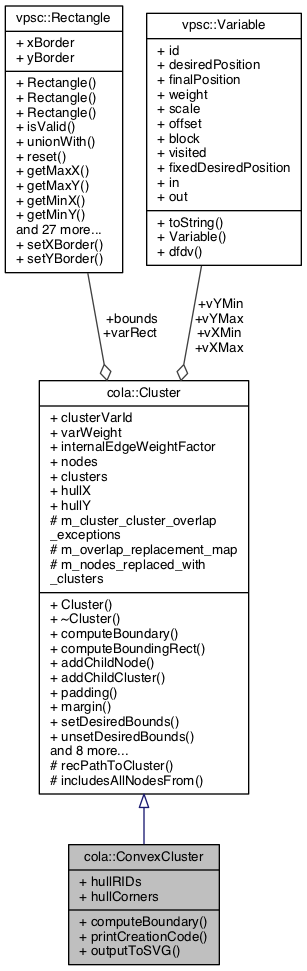
Earlier version of the Graphviz export documentation/classcola_1_1ConvexCluster__coll__graph.png (mjwybrow/adaptagrams). Its source is kept beside it as documentation/classcola_1_1ConvexCluster__coll__graph.dot.
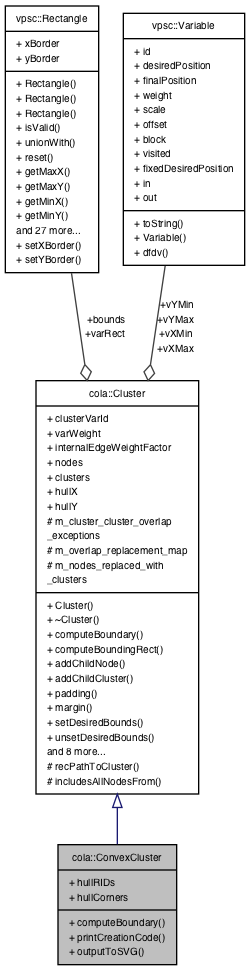
Later version of the same file.

Change to the diagram source:
```diff
@@ -2,11 +2,11 @@
 {
   edge [fontname="Helvetica",fontsize="10",labelfontname="Helvetica",labelfontsize="10"];
   node [fontname="Helvetica",fontsize="10",shape=record];
-  Node1 [label="{cola::ConvexCluster\n|+ hullRIDs\l+ hullCorners\l|+ computeBoundary()\l+ printCreationCode()\l+ outputToSVG()\l}",height=0.2,width=0.4,color="black", fillcolor="grey75", style="filled", fontcolor="black"];
-  Node2 -> Node1 [dir="back",color="midnightblue",fontsize="10",style="solid",arrowtail="onormal",fontname="Helvetica"];
-  Node2 [label="{cola::Cluster\n|+ clusterVarId\l+ varWeight\l+ internalEdgeWeightFactor\l+ nodes\l+ clusters\l+ hullX\l+ hullY\l# m_cluster_cluster_overlap\l_exceptions\l# m_overlap_replacement_map\l# m_nodes_replaced_with\l_clusters\l|+ Cluster()\l+ ~Cluster()\l+ computeBoundary()\l+ computeBoundingRect()\l+ addChildNode()\l+ addChildCluster()\l+ padding()\l+ margin()\l+ setDesiredBounds()\l+ unsetDesiredBounds()\land 8 more...\l# recPathToCluster()\l# includesAllNodesFrom()\l}",height=0.2,width=0.4,color="black", fillcolor="white", style="filled",URL="$classcola_1_1Cluster.html",tooltip="A cluster defines a hierarchical partitioning over the nodes which should be kept disjoint by the lay..."];
-  Node3 -> Node2 [color="grey25",fontsize="10",style="solid",label=" +bounds\n+varRect" ,arrowhead="odiamond",fontname="Helvetica"];
-  Node3 [label="{vpsc::Rectangle\n|+ xBorder\l+ yBorder\l|+ Rectangle()\l+ Rectangle()\l+ Rectangle()\l+ isValid()\l+ unionWith()\l+ reset()\l+ getMaxX()\l+ getMaxY()\l+ getMinX()\l+ getMinY()\land 27 more...\l+ setXBorder()\l+ setYBorder()\l}",height=0.2,width=0.4,color="black", fillcolor="white", style="filled",URL="$classvpsc_1_1Rectangle.html",tooltip="A rectangle represents a fixed-size shape in the diagram that may be moved to prevent overlaps and sa..."];
-  Node4 -> Node2 [color="grey25",fontsize="10",style="solid",label=" +vYMin\n+vYMax\n+vXMin\n+vXMax" ,arrowhead="odiamond",fontname="Helvetica"];
-  Node4 [label="{vpsc::Variable\n|+ id\l+ desiredPosition\l+ finalPosition\l+ weight\l+ scale\l+ offset\l+ block\l+ visited\l+ fixedDesiredPosition\l+ in\l+ out\l|+ toString()\l+ Variable()\l+ dfdv()\l}",height=0.2,width=0.4,color="black", fillcolor="white", style="filled",URL="$classvpsc_1_1Variable.html",tooltip="A variable is comprised of an ideal position, final position and a weight. "];
+  Node2 [label="{cola::ConvexCluster\n|+ hullRIDs\l+ hullCorners\l|+ computeBoundary()\l+ printCreationCode()\l+ outputToSVG()\l}",height=0.2,width=0.4,color="black", fillcolor="grey75", style="filled", fontcolor="black"];
+  Node3 -> Node2 [dir="back",color="midnightblue",fontsize="10",style="solid",arrowtail="onormal",fontname="Helvetica"];
+  Node3 [label="{cola::Cluster\n|+ clusterVarId\l+ varWeight\l+ internalEdgeWeightFactor\l+ nodes\l+ clusters\l+ hullX\l+ hullY\l# m_cluster_cluster_overlap\l_exceptions\l# m_overlap_replacement_map\l# m_nodes_replaced_with\l_clusters\l|+ Cluster()\l+ ~Cluster()\l+ computeBoundary()\l+ computeBoundingRect()\l+ addChildNode()\l+ addChildCluster()\l+ padding()\l+ margin()\l+ setDesiredBounds()\l+ unsetDesiredBounds()\land 8 more...\l# recPathToCluster()\l# includesAllNodesFrom()\l}",height=0.2,width=0.4,color="black", fillcolor="white", style="filled",URL="$classcola_1_1Cluster.html",tooltip="A cluster defines a hierarchical partitioning over the nodes which should be kept disjoint by the lay..."];
+  Node4 -> Node3 [color="grey25",fontsize="10",style="solid",label=" +bounds\n+varRect" ,arrowhead="odiamond",fontname="Helvetica"];
+  Node4 [label="{vpsc::Rectangle\n|+ xBorder\l+ yBorder\l|+ Rectangle()\l+ Rectangle()\l+ Rectangle()\l+ isValid()\l+ unionWith()\l+ reset()\l+ getMaxX()\l+ getMaxY()\l+ getMinX()\l+ getMinY()\land 27 more...\l+ setXBorder()\l+ setYBorder()\l}",height=0.2,width=0.4,color="black", fillcolor="white", style="filled",URL="$classvpsc_1_1Rectangle.html",tooltip="A rectangle represents a fixed-size shape in the diagram that may be moved to prevent overlaps and sa..."];
+  Node5 -> Node3 [color="grey25",fontsize="10",style="solid",label=" +vYMin\n+vYMax\n+vXMin\n+vXMax" ,arrowhead="odiamond",fontname="Helvetica"];
+  Node5 [label="{vpsc::Variable\n|+ id\l+ desiredPosition\l+ finalPosition\l+ weight\l+ scale\l+ offset\l+ block\l+ visited\l+ fixedDesiredPosition\l+ in\l+ out\l|+ toString()\l+ Variable()\l+ dfdv()\l}",height=0.2,width=0.4,color="black", fillcolor="white", style="filled",URL="$classvpsc_1_1Variable.html",tooltip="A variable is comprised of an ideal position, final position and a weight. "];
 }
```
